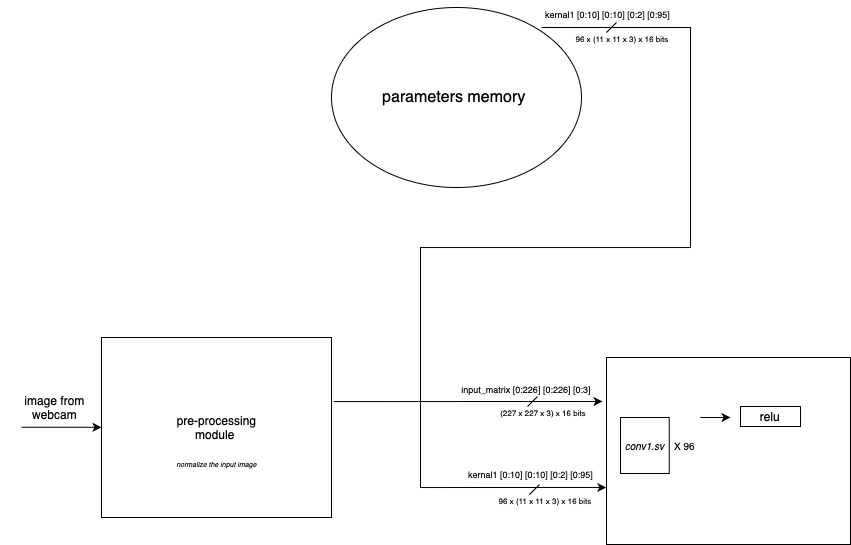
The draw.io diagram high_level_alexnet.png in abhinavnandwani/arm-llama2-asic, before a commit. Source tidied: cells renumbered, new cells last; positions are measured from the earlier drawing's top-left corner, leaving out a move shared by most shapes. The source it was exported from:
```xml
<mxGraphModel background="#ffffff">
  <root>
    <mxCell id="0" />
    <mxCell id="1" parent="0" />
    <mxCell id="2" style="rounded=0;whiteSpace=wrap;html=1;" parent="1" vertex="1">
      <mxGeometry x="101" y="337" width="230" height="180" as="geometry" />
    </mxCell>
    <mxCell id="3" style="endArrow=classic;html=1;rounded=0;" parent="1" edge="1">
      <mxGeometry relative="1" as="geometry">
        <mxPoint x="21" y="426.8" as="sourcePoint" />
        <mxPoint x="101" y="426.8" as="targetPoint" />
      </mxGeometry>
    </mxCell>
    <mxCell id="4" value="&lt;font style=&quot;font-size: 12px;&quot;&gt;image from webcam&lt;/font&gt;" style="text;html=1;align=center;verticalAlign=middle;whiteSpace=wrap;rounded=0;" parent="1" vertex="1">
      <mxGeometry y="402" width="109" height="10" as="geometry" />
    </mxCell>
    <mxCell id="5" value="pre-processing module&amp;nbsp;" style="text;html=1;align=center;verticalAlign=middle;whiteSpace=wrap;rounded=0;" parent="1" vertex="1">
      <mxGeometry x="168.5" y="412" width="95" height="30" as="geometry" />
    </mxCell>
    <mxCell id="6" value="&lt;i&gt;&lt;font style=&quot;font-size: 7px;&quot;&gt;normalize the input image&lt;/font&gt;&lt;/i&gt;" style="text;html=1;align=center;verticalAlign=middle;whiteSpace=wrap;rounded=0;" parent="1" vertex="1">
      <mxGeometry x="164.5" y="447" width="103" height="30" as="geometry" />
    </mxCell>
    <mxCell id="7" style="rounded=0;whiteSpace=wrap;html=1;" parent="1" vertex="1">
      <mxGeometry x="606" y="357" width="244" height="187" as="geometry" />
    </mxCell>
    <mxCell id="8" value="&lt;font style=&quot;font-size: 9px;&quot;&gt;input_matrix [0:226] [0:226] [0:3]&lt;/font&gt;" style="text;html=1;align=center;verticalAlign=middle;whiteSpace=wrap;rounded=0;" parent="1" vertex="1">
      <mxGeometry x="440" y="373" width="172" height="30" as="geometry" />
    </mxCell>
    <mxCell id="9" value="&lt;font style=&quot;font-size: 16px;&quot;&gt;parameters memory&amp;nbsp;&lt;/font&gt;" style="ellipse;whiteSpace=wrap;html=1;" parent="1" vertex="1">
      <mxGeometry x="331" y="7" width="250" height="180" as="geometry" />
    </mxCell>
    <mxCell id="10" style="endArrow=classic;html=1;rounded=0;edgeStyle=orthogonalEdgeStyle;entryX=-0.001;entryY=0.695;entryDx=0;entryDy=0;entryPerimeter=0;" parent="1" edge="1" target="7">
      <mxGeometry relative="1" as="geometry">
        <mxPoint x="541" y="27" as="sourcePoint" />
        <Array as="points">
          <mxPoint x="690" y="27" />
          <mxPoint x="690" y="247" />
          <mxPoint x="420" y="247" />
          <mxPoint x="420" y="487" />
        </Array>
      </mxGeometry>
    </mxCell>
    <mxCell id="11" value="&lt;font style=&quot;font-size: 9px;&quot;&gt;kernal1 [0:10] [0:10] [0:2] [0:95]&lt;/font&gt;" style="text;html=1;align=center;verticalAlign=middle;strokeColor=none;fillColor=none;" parent="1" vertex="1">
      <mxGeometry x="535" width="143" height="26" as="geometry" />
    </mxCell>
    <mxCell id="12" style="endArrow=none;html=1;rounded=0;" parent="1" edge="1">
      <mxGeometry relative="1" as="geometry">
        <mxPoint x="606" y="32" as="sourcePoint" />
        <mxPoint x="616" y="22" as="targetPoint" />
      </mxGeometry>
    </mxCell>
    <mxCell id="13" value="&lt;font style=&quot;font-size: 8px;&quot;&gt;96 x (11 x 11 x 3) x 16 bits&lt;/font&gt;" style="text;html=1;align=center;verticalAlign=middle;whiteSpace=wrap;rounded=0;" parent="1" vertex="1">
      <mxGeometry x="571" y="22" width="102" height="30" as="geometry" />
    </mxCell>
    <mxCell id="14" style="endArrow=none;html=1;rounded=0;" parent="1" edge="1">
      <mxGeometry relative="1" as="geometry">
        <mxPoint x="529" y="494" as="sourcePoint" />
        <mxPoint x="539" y="484" as="targetPoint" />
      </mxGeometry>
    </mxCell>
    <mxCell id="15" value="&lt;font style=&quot;font-size: 8px;&quot;&gt;96 x (11 x 11 x 3) x 16 bits&lt;/font&gt;" style="text;html=1;align=center;verticalAlign=middle;whiteSpace=wrap;rounded=0;" parent="1" vertex="1">
      <mxGeometry x="494" y="484" width="102" height="30" as="geometry" />
    </mxCell>
    <mxCell id="16" value="&lt;font style=&quot;font-size: 9px;&quot;&gt;kernal1 [0:10] [0:10] [0:2] [0:95]&lt;/font&gt;" style="text;html=1;align=center;verticalAlign=middle;strokeColor=none;fillColor=none;" parent="1" vertex="1">
      <mxGeometry x="458" y="459.5" width="143" height="26" as="geometry" />
    </mxCell>
    <mxCell id="17" style="endArrow=classic;html=1;rounded=0;exitX=1.01;exitY=0.356;exitDx=0;exitDy=0;exitPerimeter=0;" parent="1" edge="1" source="2">
      <mxGeometry relative="1" as="geometry">
        <mxPoint x="602" y="401" as="targetPoint" />
      </mxGeometry>
    </mxCell>
    <mxCell id="18" style="endArrow=none;html=1;rounded=0;" parent="1" edge="1">
      <mxGeometry relative="1" as="geometry">
        <mxPoint x="527" y="406" as="sourcePoint" />
        <mxPoint x="537" y="396" as="targetPoint" />
      </mxGeometry>
    </mxCell>
    <mxCell id="19" value="&lt;font style=&quot;font-size: 8px;&quot;&gt;(227 x 227 x 3) x 16 bits&lt;/font&gt;" style="text;html=1;align=center;verticalAlign=middle;whiteSpace=wrap;rounded=0;" parent="1" vertex="1">
      <mxGeometry x="492" y="396" width="102" height="30" as="geometry" />
    </mxCell>
    <mxCell id="20" style="group;" parent="1" vertex="1">
      <mxGeometry x="620" y="417" width="80" height="56" as="geometry" />
    </mxCell>
    <mxCell id="21" value="&lt;i&gt;&lt;font style=&quot;font-size: 10px;&quot;&gt;conv1.sv&lt;/font&gt;&lt;/i&gt;" style="rounded=0;whiteSpace=wrap;html=1;" parent="20" vertex="1">
      <mxGeometry width="48.7" height="56" as="geometry" />
    </mxCell>
    <mxCell id="22" value="&lt;font style=&quot;font-size: 10px;&quot;&gt;X 96&lt;/font&gt;" style="text;html=1;align=center;verticalAlign=middle;whiteSpace=wrap;rounded=0;" parent="20" vertex="1">
      <mxGeometry x="48.7" y="14.7" width="31.3" height="26.7" as="geometry" />
    </mxCell>
    <mxCell id="23" style="endArrow=classic;html=1;rounded=0;" parent="1" edge="1">
      <mxGeometry relative="1" as="geometry">
        <mxPoint x="700" y="417" as="sourcePoint" />
        <mxPoint x="730" y="417" as="targetPoint" />
      </mxGeometry>
    </mxCell>
    <mxCell id="24" value="&lt;font style=&quot;font-size: 12px;&quot;&gt;relu&lt;/font&gt;" style="rounded=0;whiteSpace=wrap;html=1;" parent="1" vertex="1">
      <mxGeometry x="740" y="406" width="60" height="20" as="geometry" />
    </mxCell>
  </root>
</mxGraphModel>
```
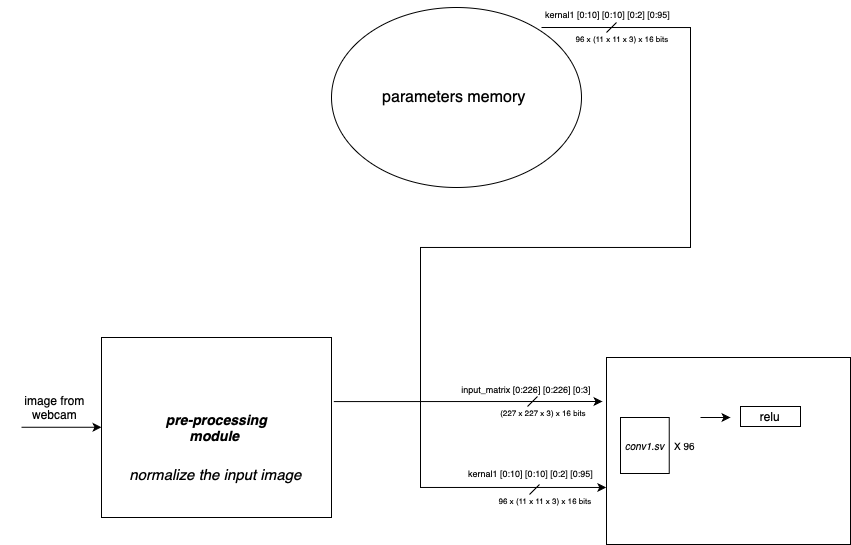
Later version of the same file.

What changed in the source:
```diff
@@ -14,11 +14,11 @@
     <mxCell id="4" value="&lt;font style=&quot;font-size: 12px;&quot;&gt;image from webcam&lt;/font&gt;" style="text;html=1;align=center;verticalAlign=middle;whiteSpace=wrap;rounded=0;" parent="1" vertex="1">
       <mxGeometry y="402" width="109" height="10" as="geometry" />
     </mxCell>
-    <mxCell id="5" value="pre-processing module&amp;nbsp;" style="text;html=1;align=center;verticalAlign=middle;whiteSpace=wrap;rounded=0;" parent="1" vertex="1">
-      <mxGeometry x="168.5" y="412" width="95" height="30" as="geometry" />
+    <mxCell id="5" value="&lt;font style=&quot;font-size: 14px;&quot;&gt;&lt;b&gt;&lt;i&gt;pre-processing module&amp;nbsp;&lt;/i&gt;&lt;/b&gt;&lt;/font&gt;" style="text;html=1;align=center;verticalAlign=middle;whiteSpace=wrap;rounded=0;" parent="1" vertex="1">
+      <mxGeometry x="153.6" y="412" width="124.8" height="30" as="geometry" />
     </mxCell>
-    <mxCell id="6" value="&lt;i&gt;&lt;font style=&quot;font-size: 7px;&quot;&gt;normalize the input image&lt;/font&gt;&lt;/i&gt;" style="text;html=1;align=center;verticalAlign=middle;whiteSpace=wrap;rounded=0;" parent="1" vertex="1">
-      <mxGeometry x="164.5" y="447" width="103" height="30" as="geometry" />
+    <mxCell id="6" value="&lt;i&gt;&lt;font style=&quot;font-size: 15px;&quot;&gt;normalize the input image&lt;/font&gt;&lt;/i&gt;" style="text;html=1;align=center;verticalAlign=middle;whiteSpace=wrap;rounded=0;" parent="1" vertex="1">
+      <mxGeometry x="118.2" y="459.5" width="195.5" height="30" as="geometry" />
     </mxCell>
     <mxCell id="7" style="rounded=0;whiteSpace=wrap;html=1;" parent="1" vertex="1">
       <mxGeometry x="606" y="357" width="244" height="187" as="geometry" />
```
